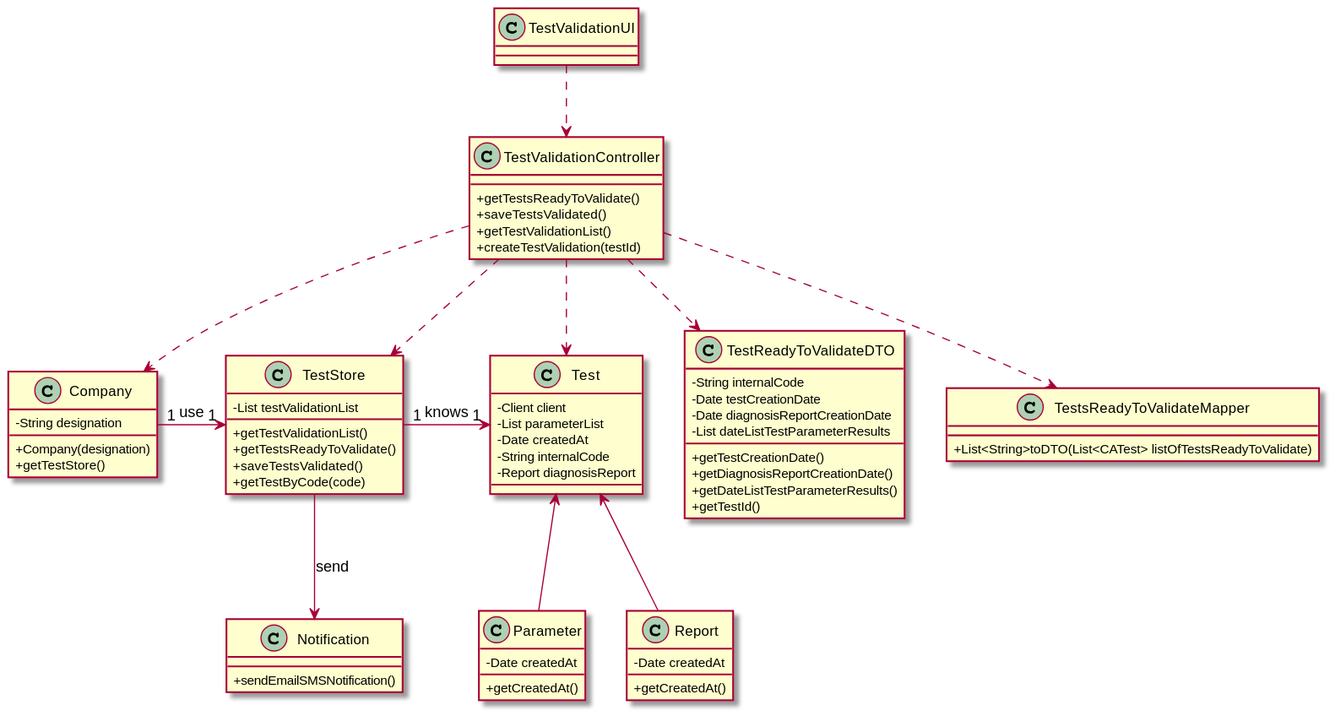
Earlier version of the PlantUML export docs/SprintC/US15/UC15_CD.svg (GuilhermeCunha79/lapr2). Source of this version:
```plantuml
@startuml
skinparam classAttributeIconSize 0

class Test {
  - Client client
  - List parameterList
  - Date createdAt
  - String internalCode
  - Report diagnosisReport
}

class Company {
  - String designation
  + Company(designation)
  + getTestStore()
}


class TestStore {
    - List testValidationList
    + getTestValidationList()
    + getTestsReadyToValidate()
    + saveTestsValidated()
    + getTestByCode(code)
}

class Parameter{
- Date createdAt
  + getCreatedAt()
}

class TestValidationController {
  + getTestsReadyToValidate()
  + saveTestsValidated()
  + getTestValidationList()
  + createTestValidation(testId)
}


class Report {
  - Date createdAt
  + getCreatedAt()
}


class Notification {
  + sendEmailSMSNotification()
}

class TestReadyToValidateDTO {
  -  String internalCode
  - Date testCreationDate
  - Date diagnosisReportCreationDate
  - List dateListTestParameterResults
  + getTestCreationDate()
  + getDiagnosisReportCreationDate()
  + getDateListTestParameterResults()
  + getTestId()
}

class TestsReadyToValidateMapper {
  + List<String>toDTO(List<CATest> listOfTestsReadyToValidate)
}

TestValidationUI ..> TestValidationController

TestValidationController ..> TestStore
TestValidationController ..> Company
TestValidationController ..> TestReadyToValidateDTO
TestValidationController ..> TestsReadyToValidateMapper
TestValidationController ..> Test

Company "1" -> "1" TestStore : use

TestStore "1" -> "1" Test : knows

Test <-- Report
Test <-- Parameter

TestStore --> Notification : send

@enduml
```
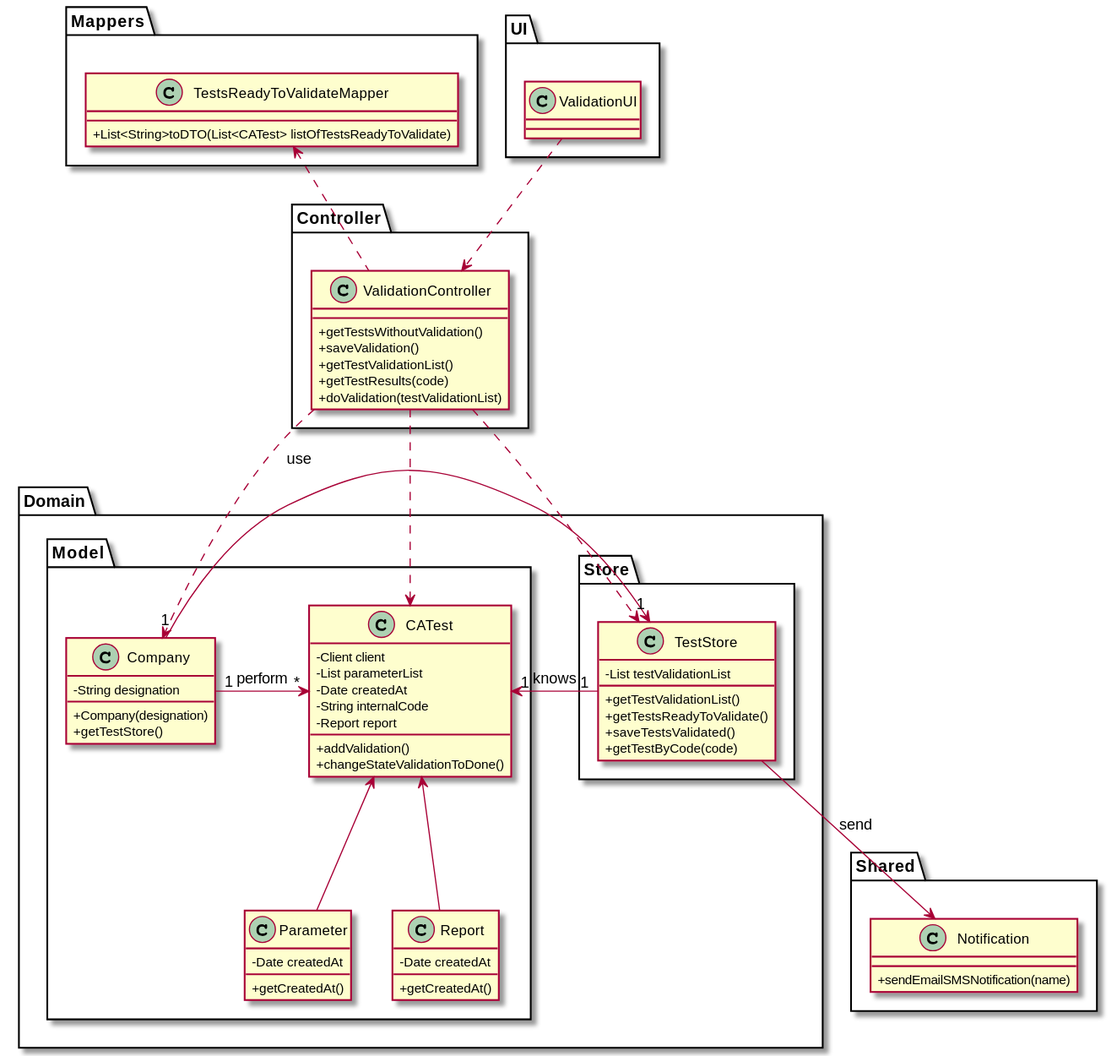
After the commit.

Commit message:
Add svg [US-15] [Requirements Engineering]

What changed in the source:
```diff
@@ -1,12 +1,29 @@
 @startuml
 skinparam classAttributeIconSize 0
-
-class Test {
+package Controller {
+class ValidationController {
+  + getTestsWithoutValidation()
+  + saveValidation()
+  + getTestValidationList()
+  +getTestResults(code)
+  +doValidation(testValidationList)
+}
+}
+package Mappers {
+class TestsReadyToValidateMapper {
+  + List<String>toDTO(List<CATest> listOfTestsReadyToValidate)
+}
+}
+package Domain {
+package Model {
+class CATest {
   - Client client
   - List parameterList
   - Date createdAt
   - String internalCode
-  - Report diagnosisReport
+  - Report report
+  + addValidation()
+  +changeStateValidationToDone()
 }
 
 class Company {
@@ -14,8 +31,17 @@
   + Company(designation)
   + getTestStore()
 }
+class Parameter{
+- Date createdAt
+  + getCreatedAt()
+}
+class Report {
+  - Date createdAt
+  + getCreatedAt()
+}
 
-
+}
+package Store {
 class TestStore {
     - List testValidationList
     + getTestValidationList()
@@ -23,59 +49,35 @@
     + saveTestsValidated()
     + getTestByCode(code)
 }
-
-class Parameter{
-- Date createdAt
-  + getCreatedAt()
 }
 
-class TestValidationController {
-  + getTestsReadyToValidate()
-  + saveTestsValidated()
-  + getTestValidationList()
-  + createTestValidation(testId)
+}
+package Shared {
+class Notification {
+   + sendEmailSMSNotification(name)
+ }
+ }
+package UI {
+class ValidationUI{
+}
 }
 
 
-class Report {
-  - Date createdAt
-  + getCreatedAt()
-}
 
 
-class Notification {
-  + sendEmailSMSNotification()
-}
+ValidationUI ..> ValidationController
 
-class TestReadyToValidateDTO {
-  -  String internalCode
-  - Date testCreationDate
-  - Date diagnosisReportCreationDate
-  - List dateListTestParameterResults
-  + getTestCreationDate()
-  + getDiagnosisReportCreationDate()
-  + getDateListTestParameterResults()
-  + getTestId()
-}
-
-class TestsReadyToValidateMapper {
-  + List<String>toDTO(List<CATest> listOfTestsReadyToValidate)
-}
-
-TestValidationUI ..> TestValidationController
-
-TestValidationController ..> TestStore
-TestValidationController ..> Company
-TestValidationController ..> TestReadyToValidateDTO
-TestValidationController ..> TestsReadyToValidateMapper
-TestValidationController ..> Test
-
+ValidationController ..> TestStore
+ValidationController ..> Company
+ValidationController .up.> TestsReadyToValidateMapper
+ValidationController ..> CATest
+Company "1" -> "*"CATest :perform
 Company "1" -> "1" TestStore : use
 
-TestStore "1" -> "1" Test : knows
+TestStore "1" -> "1" CATest : knows
 
-Test <-- Report
-Test <-- Parameter
+    CATest <-- Report
+CATest <-- Parameter
 
 TestStore --> Notification : send
 
```
